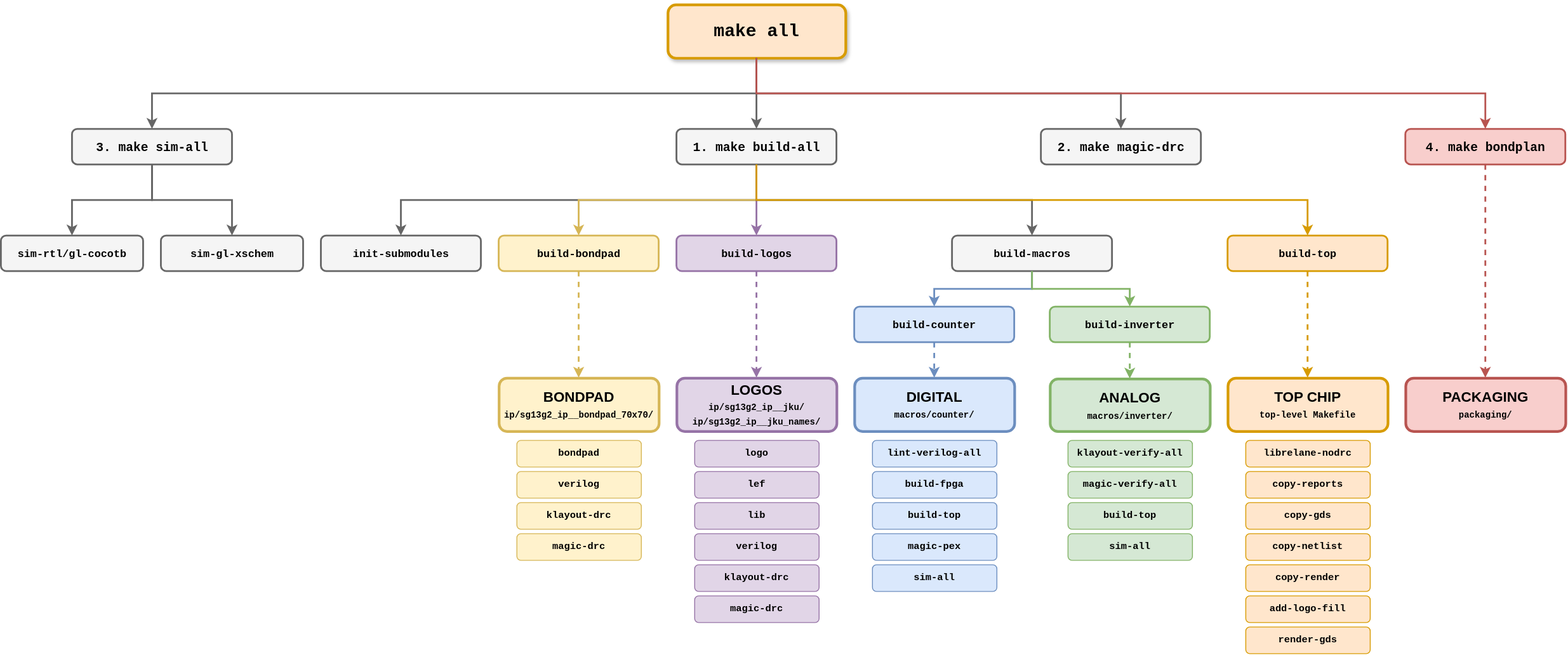
The draw.io diagram tutorial/fig/targets_overview/targets_overview.svg in iic-jku/ihp-sg13g2-ams-chip-template, before a commit. Source tidied: cells renumbered, new cells last; positions are measured from the earlier drawing's top-left corner, leaving out a move shared by most shapes.
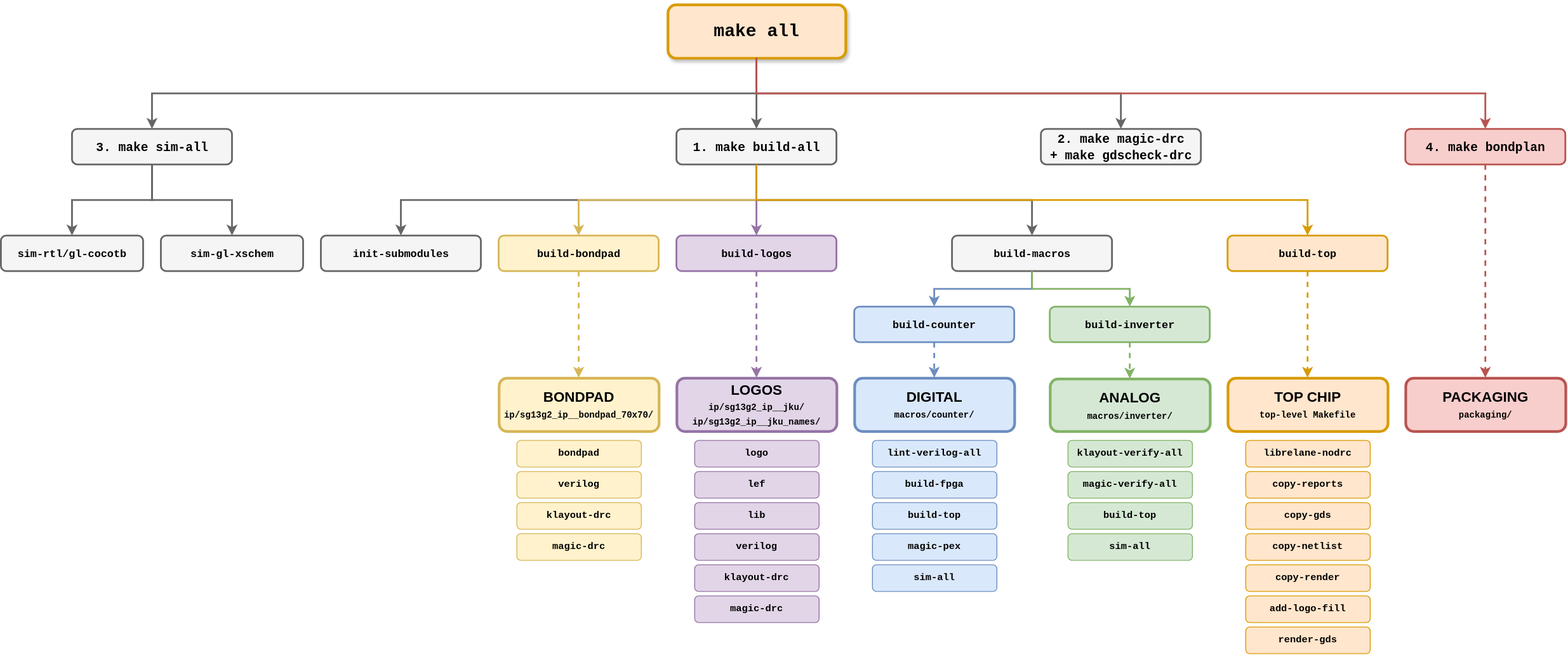
The same file after the commit.

The edit, as a diff of the source:
```diff
@@ -11,7 +11,7 @@
     <mxCell id="4" value="&lt;font face=&quot;Courier New&quot;&gt;&lt;b&gt;1. make build-all&lt;/b&gt;&lt;/font&gt;" style="rounded=1;whiteSpace=wrap;html=1;fontSize=14;fillColor=#f5f5f5;strokeColor=#666666;strokeWidth=2;fontStyle=1;verticalAlign=middle;sketch=0;" parent="1" vertex="1">
       <mxGeometry x="760" y="140" width="180" height="40" as="geometry" />
     </mxCell>
-    <mxCell id="5" value="&lt;font face=&quot;Courier New&quot;&gt;&lt;b&gt;2. make magic-drc&lt;/b&gt;&lt;/font&gt;" style="rounded=1;whiteSpace=wrap;html=1;fontSize=14;fillColor=#f5f5f5;strokeColor=#666666;strokeWidth=2;fontStyle=1;verticalAlign=middle;sketch=0;" parent="1" vertex="1">
+    <mxCell id="5" value="&lt;font face=&quot;Courier New&quot;&gt;&lt;b&gt;2. make magic-drc&lt;br&gt;+ make gdscheck-drc&lt;/b&gt;&lt;/font&gt;" style="rounded=1;whiteSpace=wrap;html=1;fontSize=14;fillColor=#f5f5f5;strokeColor=#666666;strokeWidth=2;fontStyle=1;verticalAlign=middle;sketch=0;" parent="1" vertex="1">
       <mxGeometry x="1170" y="140" width="180" height="40" as="geometry" />
     </mxCell>
     <mxCell id="6" value="&lt;font face=&quot;Courier New&quot; style=&quot;font-size: 12px;&quot;&gt;&lt;b&gt;sim-rtl/gl-cocotb&lt;/b&gt;&lt;/font&gt;" style="rounded=1;whiteSpace=wrap;html=1;fontSize=12;fillColor=#f5f5f5;strokeColor=#666666;strokeWidth=2;fontStyle=1;verticalAlign=middle;sketch=0;" parent="1" vertex="1">
```
